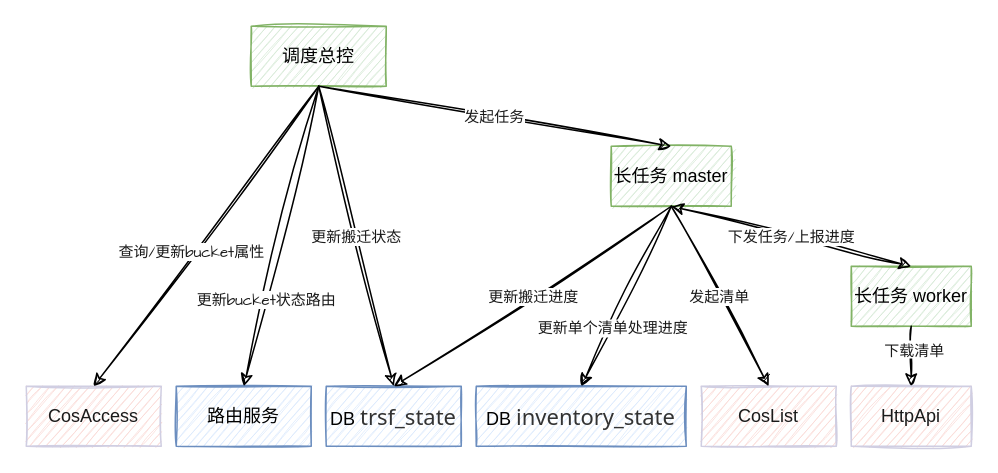
Earlier version of the draw.io diagram innercos_migrate.drawio (jariver/draw.io). Source tidied: cells renumbered, new cells numbered last; positions are measured from the earlier drawing's top-left corner, leaving out a move shared by most shapes. Both pictures are drawn from the tidied source at 150%, with x=0, y=0 at pixel (26, 26).
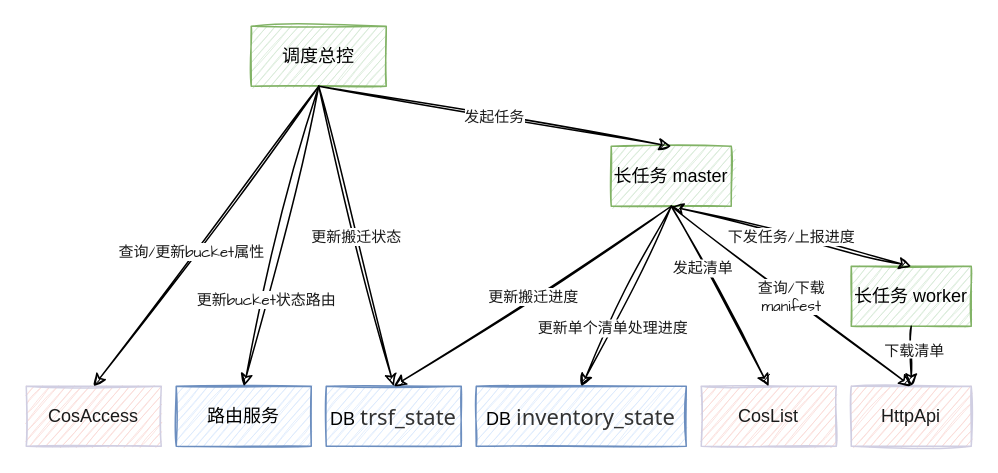
The same diagram, later.

Unchanged cells that the change refers to:
```xml
<mxCell id="6" value="CosList" style="rounded=0;whiteSpace=wrap;html=1;sketch=1;fillColor=#FAD9D5;strokeColor=#D0CEE2;fontColor=#1A1A1A;" parent="1" vertex="1">
  <mxGeometry x="450" y="240" width="90" height="40" as="geometry" />
</mxCell>
<mxCell id="7" value="长任务 master" style="rounded=0;whiteSpace=wrap;html=1;sketch=1;fillColor=#d5e8d4;strokeColor=#82b366;" parent="1" vertex="1">
  <mxGeometry x="390" y="80" width="80" height="40" as="geometry" />
</mxCell>
```

Change to the diagram source:
```diff
@@
     <mxCell id="14" value="&lt;font style=&quot;font-size: 10px;&quot;&gt;发起清单&lt;/font&gt;" style="endArrow=classic;html=1;rounded=0;sketch=1;hachureGap=4;jiggle=2;fontFamily=Architects Daughter;fontSize=10;fontColor=#1A1A1A;entryX=0.5;entryY=0;entryDx=0;entryDy=0;jumpSize=6;exitX=0.5;exitY=1;exitDx=0;exitDy=0;" parent="1" edge="1" source="7" target="6">
-      <mxGeometry relative="1" as="geometry" />
+      <mxGeometry x="-0.34" y="-1" relative="1" as="geometry">
+        <mxPoint y="1" as="offset" />
+      </mxGeometry>
     </mxCell>
@@
+    <mxCell id="21" value="&lt;font style=&quot;font-size: 10px;&quot;&gt;查询/下载&lt;br&gt;manifest&lt;/font&gt;" style="endArrow=classic;html=1;rounded=0;sketch=1;hachureGap=4;jiggle=2;fontFamily=Architects Daughter;fontSize=10;fontColor=#1A1A1A;jumpSize=6;" parent="1" edge="1">
+      <mxGeometry relative="1" as="geometry">
+        <mxPoint x="430" y="120" as="sourcePoint" />
+        <mxPoint x="590" y="240" as="targetPoint" />
+      </mxGeometry>
+    </mxCell>
```
